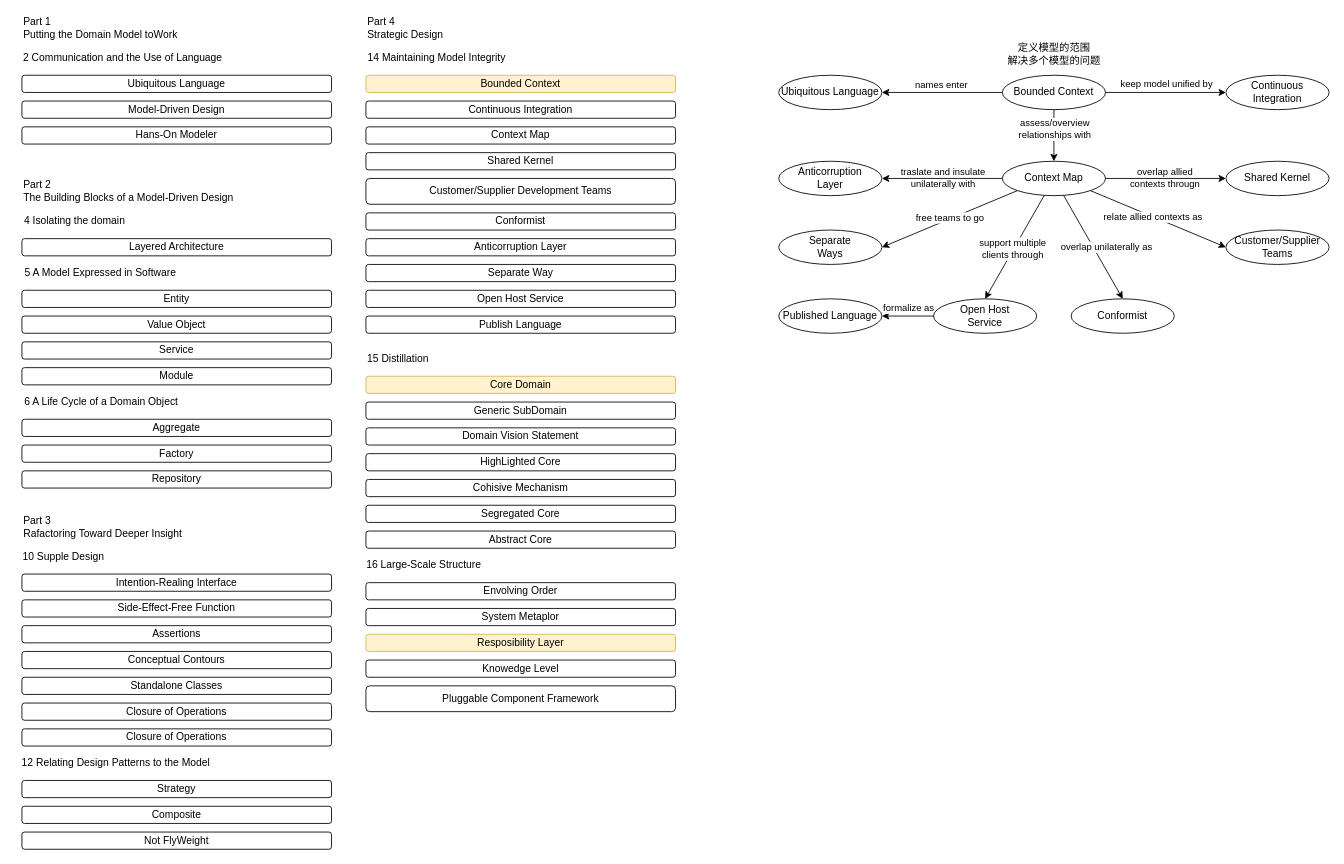
Above: architecture/ddd.drawio in rabbitcount/drawio (draw.io), before the change. Source tidied: cells renumbered, new cells numbered last; positions are measured from the earlier drawing's top-left corner, leaving out a move shared by most shapes. Both pictures are drawn from the tidied source at 86%, with x=0, y=0 at pixel (15, 15).
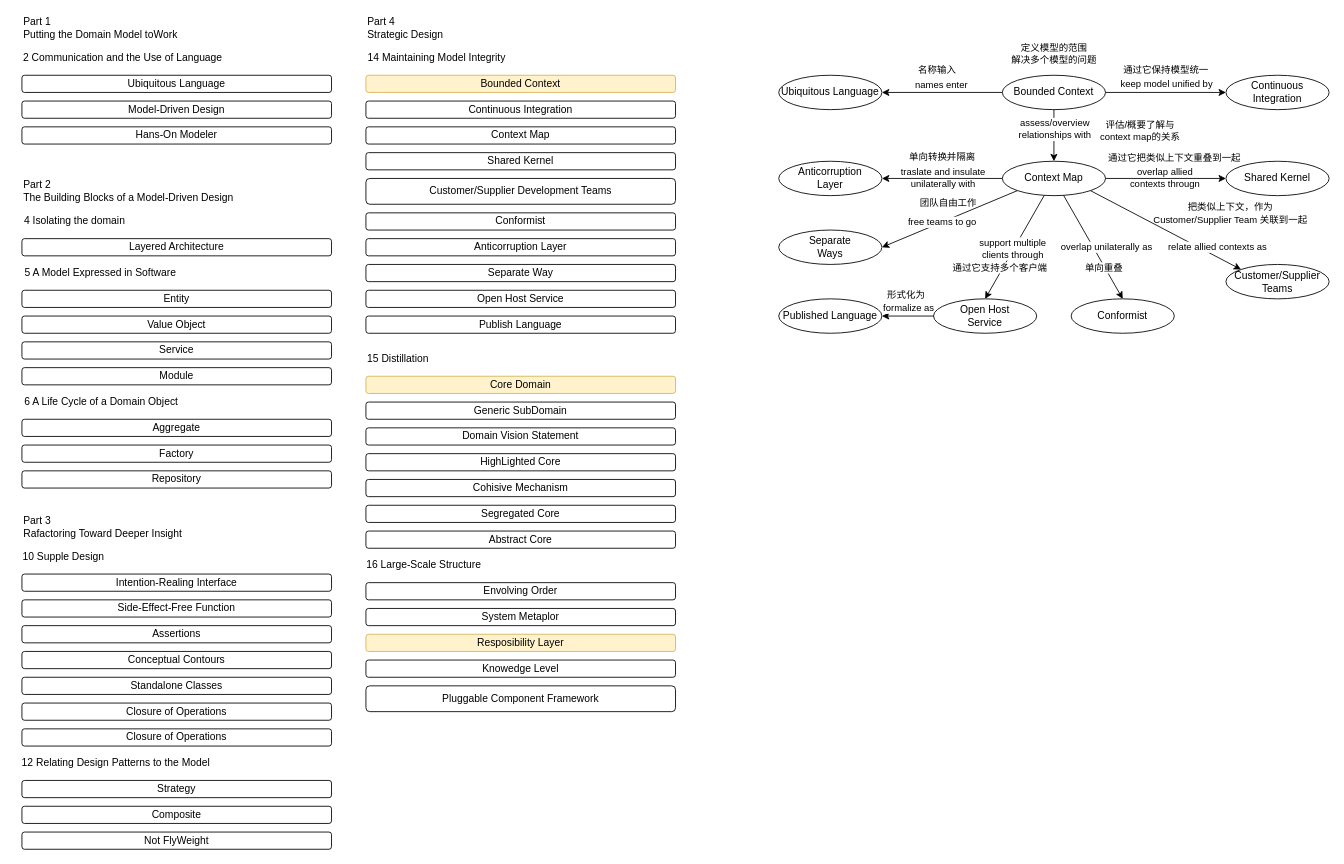
After the change.

Unchanged cells that the change refers to:
```xml
<mxCell id="68" style="rounded=0;jettySize=auto;html=1;entryX=1;entryY=0.5;entryDx=0;entryDy=0;exitX=0;exitY=1;exitDx=0;exitDy=0;" parent="1" edge="1" source="78" target="81">
  <mxGeometry relative="1" as="geometry" />
</mxCell>
<mxCell id="70" style="edgeStyle=none;rounded=0;jettySize=auto;html=1;entryX=0.5;entryY=0;entryDx=0;entryDy=0;" parent="1" edge="1" source="78" target="84">
  <mxGeometry relative="1" as="geometry" />
</mxCell>
<mxCell id="72" style="edgeStyle=none;rounded=0;jettySize=auto;html=1;entryX=0.5;entryY=0;entryDx=0;entryDy=0;" parent="1" edge="1" source="78" target="87">
  <mxGeometry relative="1" as="geometry" />
</mxCell>
<mxCell id="78" value="&lt;span&gt;Context Map&lt;/span&gt;" style="ellipse;whiteSpace=wrap;html=1;fillColor=none;align=center;" parent="1" vertex="1">
  <mxGeometry x="1148" y="170" width="120" height="40" as="geometry" />
</mxCell>
```

What changed in the source:
```diff
@@
     <mxCell id="69" value="free teams to go" style="edgeLabel;html=1;align=center;verticalAlign=middle;" parent="68" vertex="1">
-      <mxGeometry x="-0.01" y="-2" relative="1" as="geometry" />
+      <mxGeometry x="-0.01" y="-2" relative="1" as="geometry">
+        <mxPoint x="-9.3" y="5.3" as="offset" />
+      </mxGeometry>
     </mxCell>
@@
+    <mxCell id="89" value="通过它支持多个客户端" style="edgeLabel;html=1;align=center;verticalAlign=middle;" parent="70" vertex="1">
+      <mxGeometry x="0.42" y="-4" relative="1" as="geometry">
+        <mxPoint y="1" as="offset" />
+      </mxGeometry>
+    </mxCell>
@@
+    <mxCell id="90" value="单向重叠" style="edgeLabel;html=1;align=center;verticalAlign=middle;" parent="72" vertex="1">
+      <mxGeometry x="0.28" y="2" relative="1" as="geometry">
+        <mxPoint y="7.1" as="offset" />
+      </mxGeometry>
+    </mxCell>
@@
-    <mxCell id="76" style="edgeStyle=none;rounded=0;jettySize=auto;html=1;entryX=0;entryY=0.5;entryDx=0;entryDy=0;exitX=1;exitY=1;exitDx=0;exitDy=0;" parent="1" edge="1" source="78" target="86">
+    <mxCell id="76" style="edgeStyle=none;rounded=0;jettySize=auto;html=1;entryX=0;entryY=0;entryDx=0;entryDy=0;exitX=1;exitY=1;exitDx=0;exitDy=0;" parent="1" edge="1" source="78" target="86">
       <mxGeometry relative="1" as="geometry" />
     </mxCell>
     <mxCell id="77" value="relate allied contexts as" style="edgeLabel;html=1;align=center;verticalAlign=middle;" parent="76" vertex="1">
-      <mxGeometry x="-0.09" relative="1" as="geometry" />
+      <mxGeometry x="-0.09" relative="1" as="geometry">
+        <mxPoint x="67.8" y="24.1" as="offset" />
+      </mxGeometry>
     </mxCell>
@@
     <mxCell id="86" value="Customer/Supplier&lt;br&gt;Teams" style="ellipse;whiteSpace=wrap;html=1;fillColor=none;align=center;" parent="1" vertex="1">
-      <mxGeometry x="1408" y="250" width="120" height="40" as="geometry" />
+      <mxGeometry x="1408" y="290" width="120" height="40" as="geometry" />
     </mxCell>
@@
-    <mxCell id="88" value="定义模型的范围&lt;br&gt;解决多个模型的问题" style="text;html=1;align=center;verticalAlign=middle;" parent="1" vertex="1">
-      <mxGeometry x="1148" y="30" width="120" height="30" as="geometry" />
+    <mxCell id="88" value="定义模型的范围&lt;br style=&quot;font-size: 11px;&quot;&gt;解决多个模型的问题" style="text;html=1;align=center;verticalAlign=middle;fontSize=11;" parent="1" vertex="1">
+      <mxGeometry x="1153" y="30" width="110" height="30" as="geometry" />
     </mxCell>
+    <mxCell id="91" value="名称输入" style="text;html=1;align=center;verticalAlign=middle;fontSize=11;" parent="1" vertex="1">
+      <mxGeometry x="1042" y="54" width="60" height="20" as="geometry" />
+    </mxCell>
+    <mxCell id="92" value="通过它保持模型统一" style="text;html=1;align=center;verticalAlign=middle;fontSize=11;" parent="1" vertex="1">
+      <mxGeometry x="1283" y="54" width="110" height="20" as="geometry" />
+    </mxCell>
+    <mxCell id="93" value="&lt;font style=&quot;font-size: 11px&quot;&gt;评估/概要了解与&lt;br style=&quot;font-size: 11px;&quot;&gt;context map的关系&lt;/font&gt;" style="text;html=1;align=center;verticalAlign=middle;fontSize=11;" parent="1" vertex="1">
+      <mxGeometry x="1253" y="120" width="110" height="30" as="geometry" />
+    </mxCell>
+    <mxCell id="94" value="单向转换并隔离" style="text;html=1;align=center;verticalAlign=middle;fontSize=11;" parent="1" vertex="1">
+      <mxGeometry x="1033" y="155" width="90" height="20" as="geometry" />
+    </mxCell>
+    <mxCell id="95" value="团队自由工作" style="text;html=1;align=center;verticalAlign=middle;fontSize=11;" parent="1" vertex="1">
+      <mxGeometry x="1045" y="208" width="80" height="20" as="geometry" />
+    </mxCell>
+    <mxCell id="96" value="形式化为" style="text;html=1;align=center;verticalAlign=middle;fontSize=11;" parent="1" vertex="1">
+      <mxGeometry x="1006" y="316" width="60" height="20" as="geometry" />
+    </mxCell>
+    <mxCell id="97" value="&lt;font style=&quot;font-size: 11px&quot;&gt;把类似上下文，作为 &lt;br&gt;Customer/Supplier Team 关联到一起&lt;/font&gt;" style="text;html=1;align=center;verticalAlign=middle;" parent="1" vertex="1">
+      <mxGeometry x="1318" y="210" width="190" height="40" as="geometry" />
+    </mxCell>
+    <mxCell id="98" value="通过它把类似上下文重叠到一起" style="text;html=1;align=center;verticalAlign=middle;fontSize=11;" parent="1" vertex="1">
+      <mxGeometry x="1263" y="156" width="170" height="20" as="geometry" />
+    </mxCell>
```
